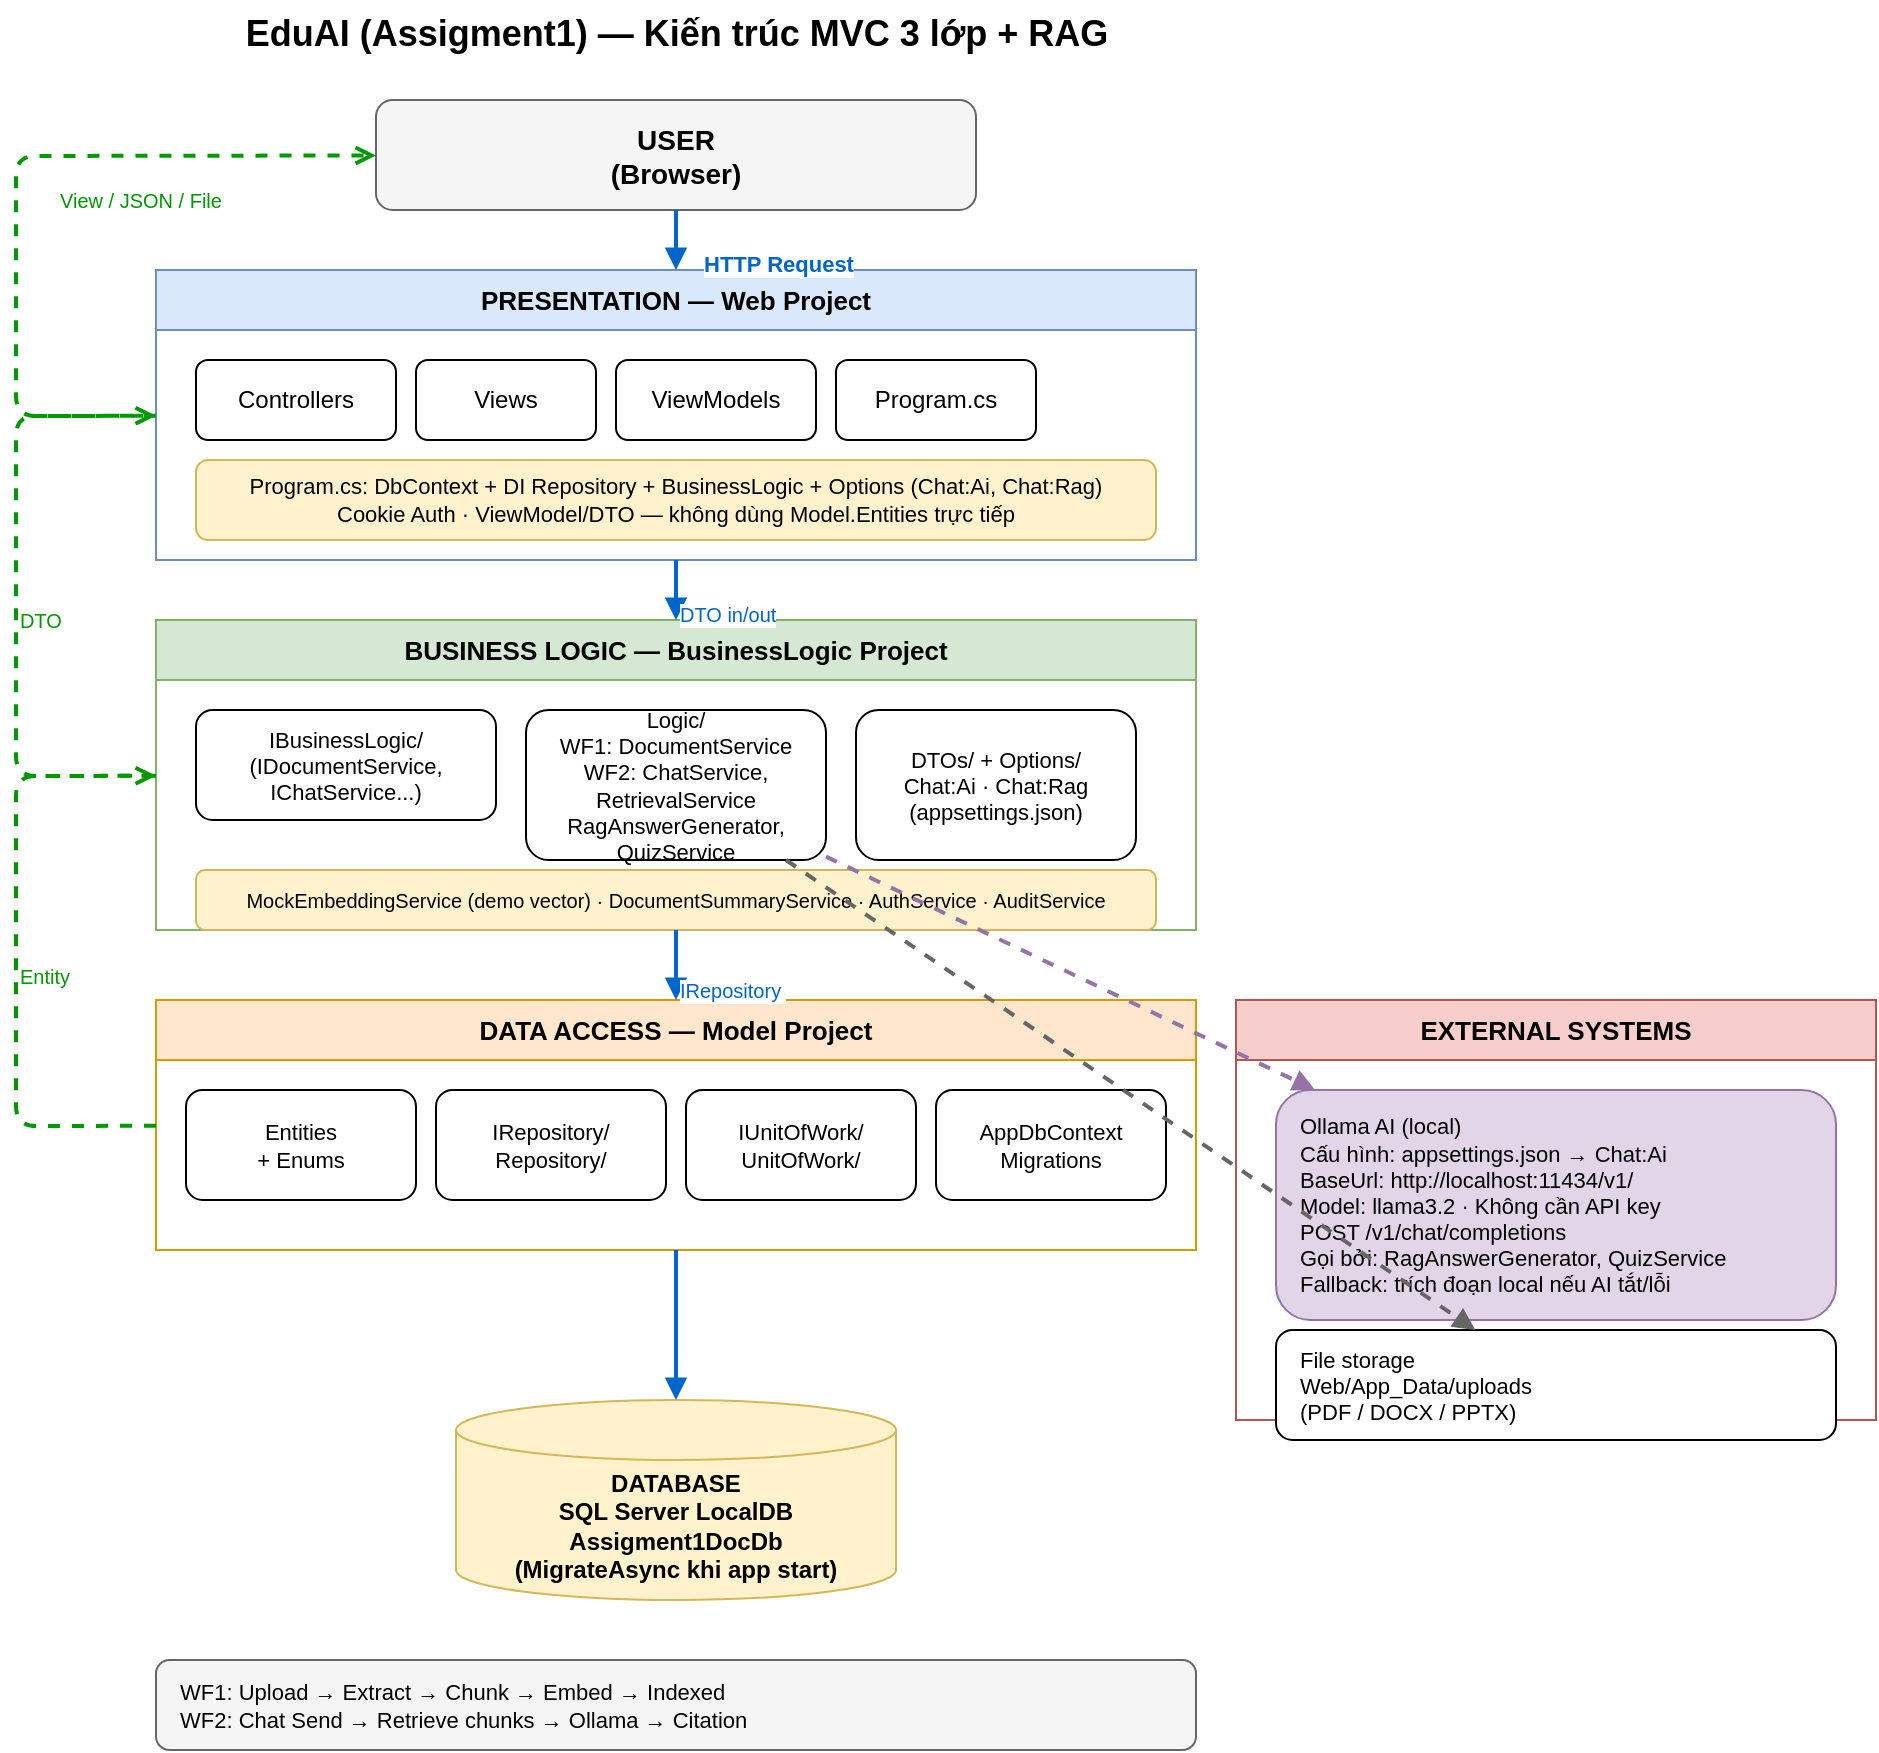
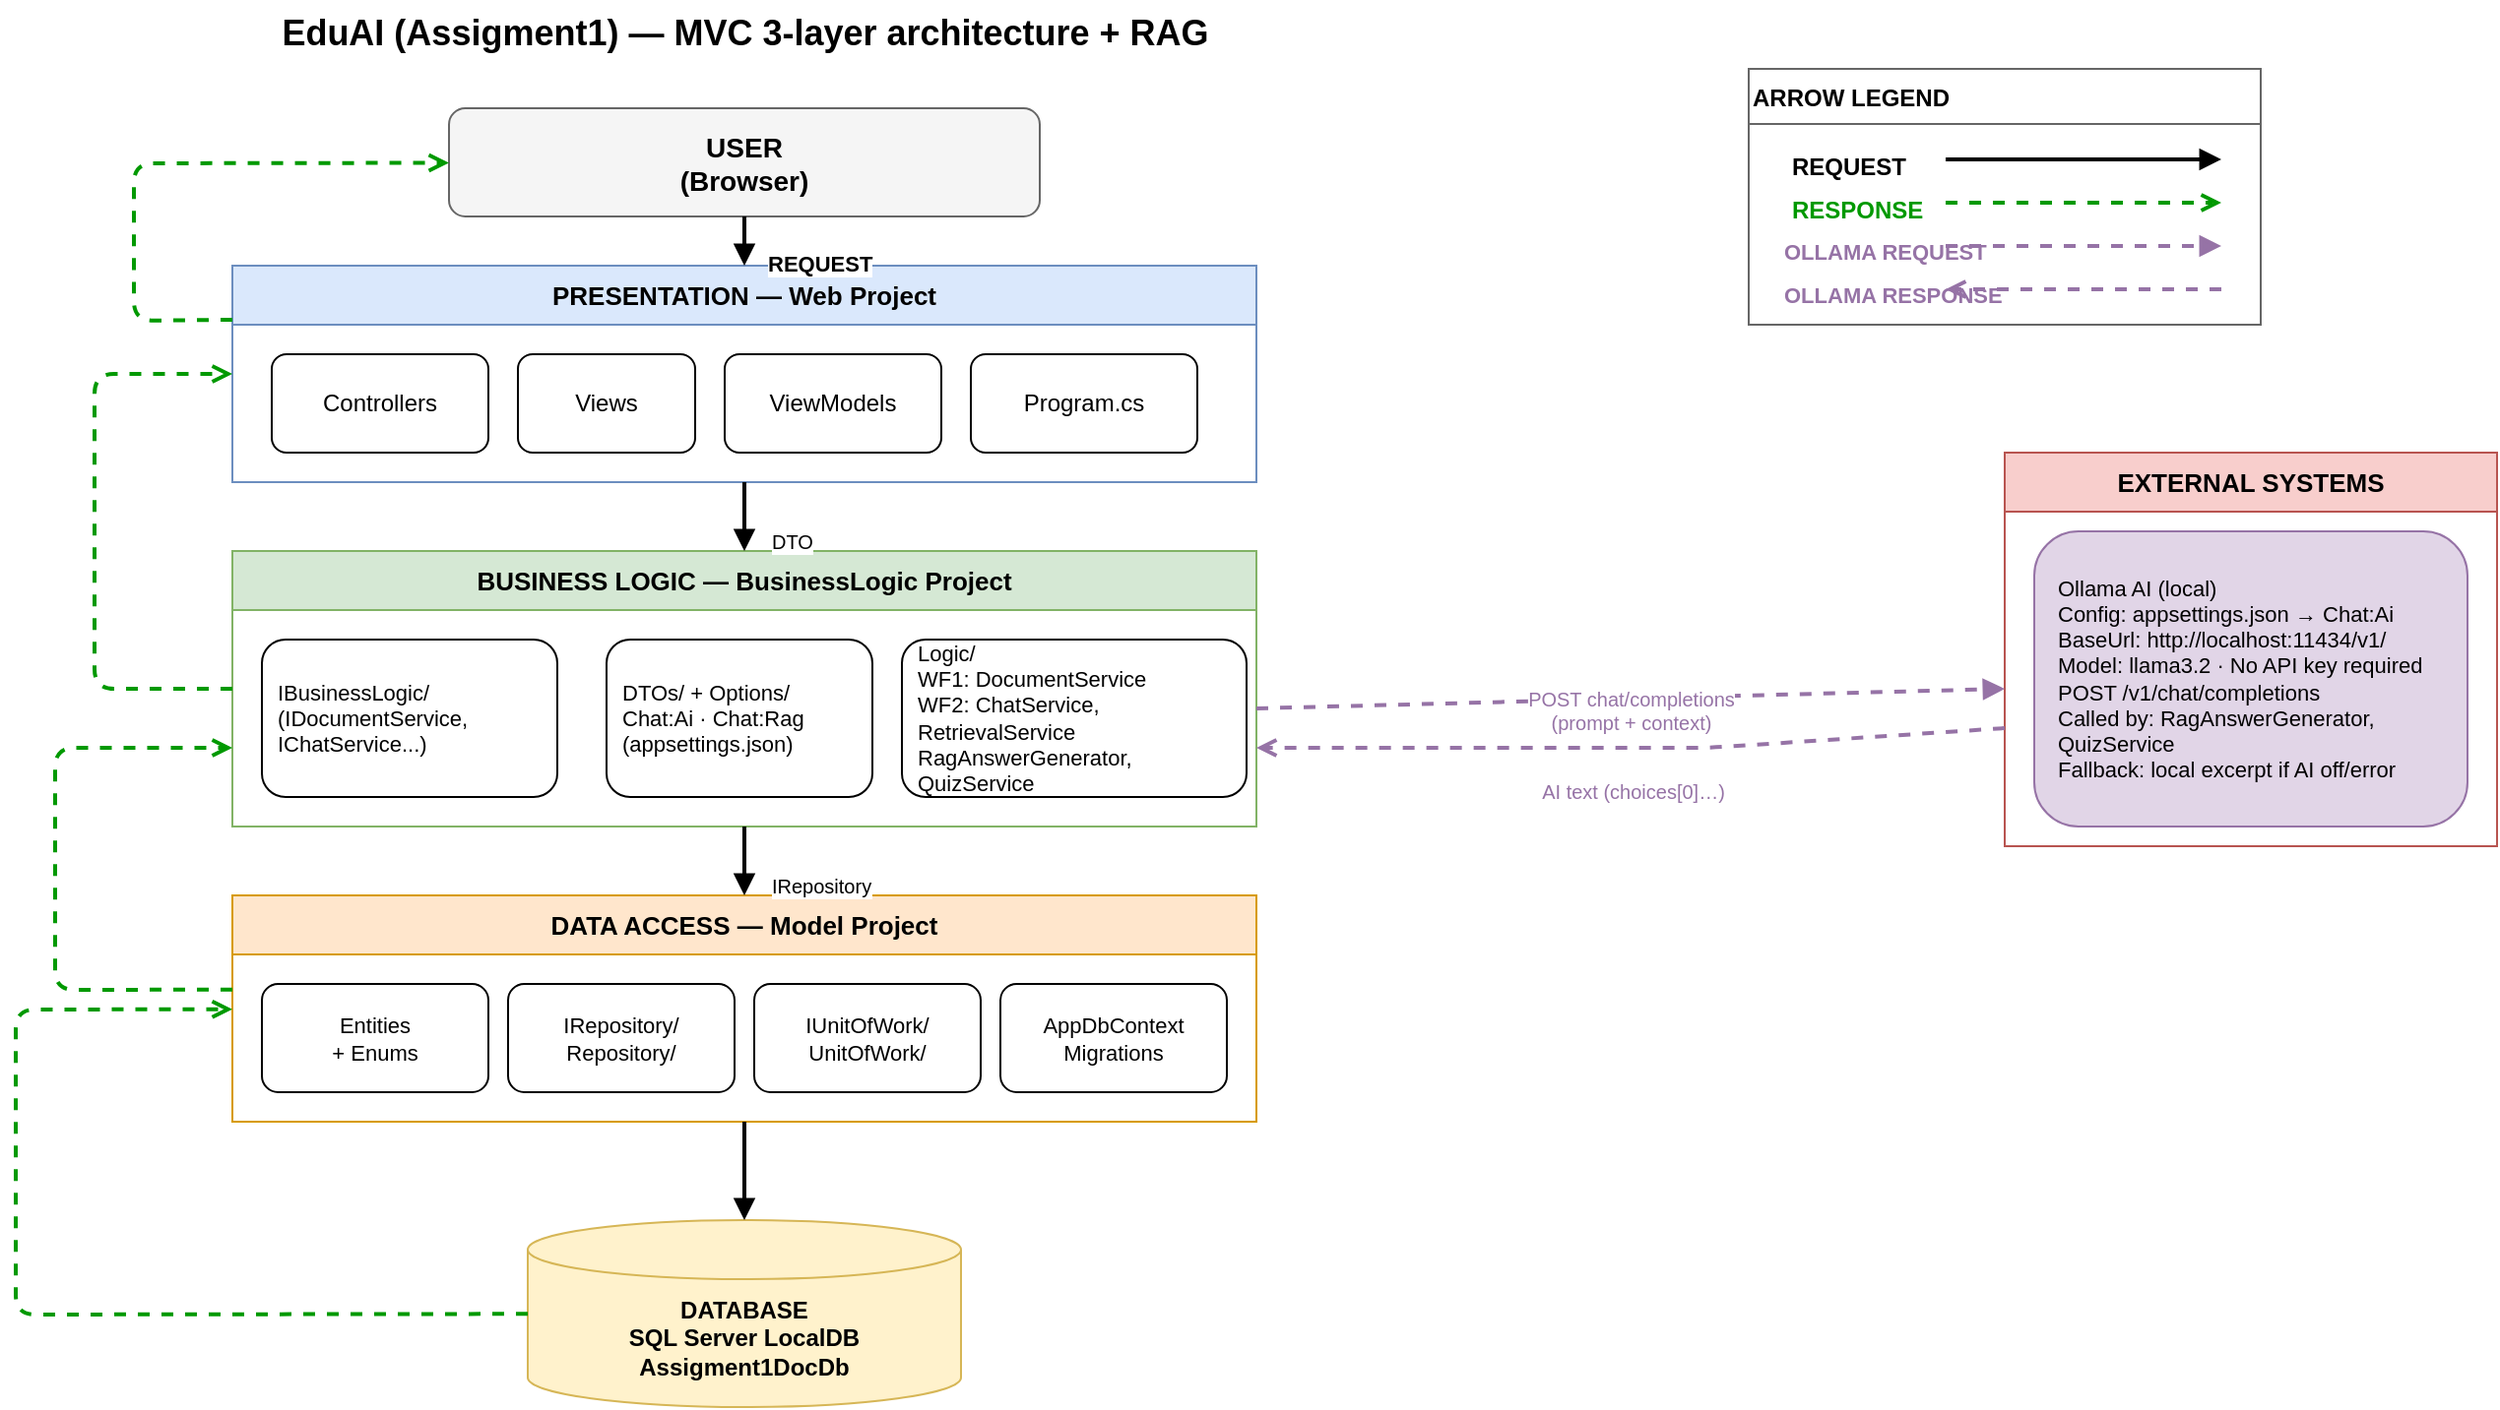
<mxfile host="Electron" agent="Cursor">
-   <diagram id="simple-arch" name="Cau-truc-N-tier">
-     <mxGraphModel dx="1084" dy="760" grid="1" gridSize="10" guides="1" tooltips="1" connect="1" arrows="1" fold="1" page="1" pageScale="1" pageWidth="920" pageHeight="960" math="0" shadow="0">
+   <diagram id="simple-arch" name="MVC-3-layer-RAG">
+     <mxGraphModel dx="1030" dy="722" grid="1" gridSize="10" guides="1" tooltips="1" connect="1" arrows="1" fold="1" page="1" pageScale="1" pageWidth="1100" pageHeight="920" math="0" shadow="0">
      <root>
        <mxCell id="0" />
        <mxCell id="1" parent="0" />
-         <mxCell id="title" parent="1" style="text;html=1;fontSize=18;fontStyle=1;align=center;" value="EduAI (Assigment1) — Kiến trúc MVC 3 lớp + RAG" vertex="1">
-           <mxGeometry height="35" width="560" x="180" y="20" as="geometry" />
+         <mxCell id="title" parent="1" style="text;html=1;fontSize=18;fontStyle=1;align=center;" value="EduAI (Assigment1) — MVC 3-layer architecture + RAG" vertex="1">
+           <mxGeometry height="35" width="700" x="200" y="20" as="geometry" />
+         </mxCell>
+         <mxCell id="arrow-legend" parent="1" style="swimlane;fillColor=#ffffff;strokeColor=#666666;fontStyle=1;startSize=28;align=left;" value="ARROW LEGEND" vertex="1">
+           <mxGeometry height="130" width="260" x="1060" y="55" as="geometry" />
+         </mxCell>
+         <mxCell id="leg-l1" parent="arrow-legend" style="text;html=1;align=left;spacingLeft=12;fontSize=12;fontStyle=1;" value="REQUEST" vertex="1">
+           <mxGeometry height="20" width="85" x="8" y="36" as="geometry" />
+         </mxCell>
+         <mxCell id="leg-a1" edge="1" parent="arrow-legend" style="endArrow=block;endFill=1;strokeWidth=2;strokeColor=#000000;">
+           <mxGeometry relative="1" as="geometry">
+             <mxPoint x="100" y="46" as="sourcePoint" />
+             <mxPoint x="240" y="46" as="targetPoint" />
+           </mxGeometry>
+         </mxCell>
+         <mxCell id="leg-l2" parent="arrow-legend" style="text;html=1;align=left;spacingLeft=12;fontSize=12;fontStyle=1;fontColor=#009900;" value="RESPONSE" vertex="1">
+           <mxGeometry height="20" width="85" x="8" y="58" as="geometry" />
+         </mxCell>
+         <mxCell id="leg-a2" edge="1" parent="arrow-legend" style="endArrow=open;dashed=1;strokeWidth=2;strokeColor=#009900;">
+           <mxGeometry relative="1" as="geometry">
+             <mxPoint x="100" y="68" as="sourcePoint" />
+             <mxPoint x="240" y="68" as="targetPoint" />
+           </mxGeometry>
+         </mxCell>
+         <mxCell id="leg-l3" parent="arrow-legend" style="text;html=1;align=left;spacingLeft=8;fontSize=11;fontStyle=1;fontColor=#9673a6;" value="OLLAMA REQUEST" vertex="1">
+           <mxGeometry height="20" width="95" x="8" y="80" as="geometry" />
+         </mxCell>
+         <mxCell id="leg-a3" edge="1" parent="arrow-legend" style="endArrow=block;endFill=1;dashed=1;strokeWidth=2;strokeColor=#9673a6;">
+           <mxGeometry relative="1" as="geometry">
+             <mxPoint x="100" y="90" as="sourcePoint" />
+             <mxPoint x="240" y="90" as="targetPoint" />
+           </mxGeometry>
+         </mxCell>
+         <mxCell id="leg-l4" parent="arrow-legend" style="text;html=1;align=left;spacingLeft=8;fontSize=11;fontStyle=1;fontColor=#9673a6;" value="OLLAMA RESPONSE" vertex="1">
+           <mxGeometry height="20" width="95" x="8" y="102" as="geometry" />
+         </mxCell>
+         <mxCell id="leg-a4" edge="1" parent="arrow-legend" style="endArrow=open;dashed=1;strokeWidth=2;strokeColor=#9673a6;">
+           <mxGeometry relative="1" as="geometry">
+             <mxPoint x="240" y="112" as="sourcePoint" />
+             <mxPoint x="100" y="112" as="targetPoint" />
+           </mxGeometry>
        </mxCell>
        <mxCell id="user" parent="1" style="rounded=1;whiteSpace=wrap;html=1;fillColor=#f5f5f5;strokeColor=#666666;fontStyle=1;fontSize=14;" value="USER&#xa;(Browser)" vertex="1">
-           <mxGeometry height="55" width="300" x="310" y="70" as="geometry" />
+           <mxGeometry height="55" width="300" x="400" y="75" as="geometry" />
        </mxCell>
        <mxCell id="pres" parent="1" style="swimlane;whiteSpace=wrap;html=1;fillColor=#dae8fc;strokeColor=#6c8ebf;fontStyle=1;fontSize=13;startSize=30;" value="PRESENTATION — Web Project" vertex="1">
-           <mxGeometry height="145" width="520" x="200" y="155" as="geometry" />
+           <mxGeometry height="110" width="520" x="290" y="155" as="geometry" />
        </mxCell>
        <mxCell id="pres1" parent="pres" style="rounded=1;whiteSpace=wrap;html=1;fillColor=#ffffff;fontSize=12;" value="Controllers" vertex="1">
-           <mxGeometry height="40" width="100" x="20" y="45" as="geometry" />
+           <mxGeometry height="50" width="110" x="20" y="45" as="geometry" />
        </mxCell>
        <mxCell id="pres2" parent="pres" style="rounded=1;whiteSpace=wrap;html=1;fillColor=#ffffff;fontSize=12;" value="Views" vertex="1">
-           <mxGeometry height="40" width="90" x="130" y="45" as="geometry" />
+           <mxGeometry height="50" width="90" x="145" y="45" as="geometry" />
        </mxCell>
        <mxCell id="pres3" parent="pres" style="rounded=1;whiteSpace=wrap;html=1;fillColor=#ffffff;fontSize=12;" value="ViewModels" vertex="1">
-           <mxGeometry height="40" width="100" x="230" y="45" as="geometry" />
+           <mxGeometry height="50" width="110" x="250" y="45" as="geometry" />
        </mxCell>
        <mxCell id="pres4" parent="pres" style="rounded=1;whiteSpace=wrap;html=1;fillColor=#ffffff;fontSize=12;" value="Program.cs" vertex="1">
-           <mxGeometry height="40" width="100" x="340" y="45" as="geometry" />
-         </mxCell>
-         <mxCell id="pres5" parent="pres" style="rounded=1;whiteSpace=wrap;html=1;fillColor=#fff2cc;strokeColor=#d6b656;fontSize=11;" value="Program.cs: DbContext + DI Repository + BusinessLogic + Options (Chat:Ai, Chat:Rag)&#xa;Cookie Auth · ViewModel/DTO — không dùng Model.Entities trực tiếp" vertex="1">
-           <mxGeometry height="40" width="480" x="20" y="95" as="geometry" />
+           <mxGeometry height="50" width="115" x="375" y="45" as="geometry" />
        </mxCell>
        <mxCell id="bl" parent="1" style="swimlane;whiteSpace=wrap;html=1;fillColor=#d5e8d4;strokeColor=#82b366;fontStyle=1;fontSize=13;startSize=30;" value="BUSINESS LOGIC — BusinessLogic Project" vertex="1">
-           <mxGeometry height="155" width="520" x="200" y="330" as="geometry" />
+           <mxGeometry height="140" width="520" x="290" y="300" as="geometry" />
        </mxCell>
-         <mxCell id="bl1" parent="bl" style="rounded=1;whiteSpace=wrap;html=1;fillColor=#ffffff;fontSize=11;" value="IBusinessLogic/&#xa;(IDocumentService, IChatService...)" vertex="1">
-           <mxGeometry height="55" width="150" x="20" y="45" as="geometry" />
+         <mxCell id="bl1" parent="bl" style="rounded=1;whiteSpace=wrap;html=1;fillColor=#ffffff;fontSize=11;align=left;spacingLeft=6;" value="IBusinessLogic/&#xa;(IDocumentService,&#xa;IChatService...)" vertex="1">
+           <mxGeometry height="80" width="150" x="15" y="45" as="geometry" />
        </mxCell>
-         <mxCell id="bl2" parent="bl" style="rounded=1;whiteSpace=wrap;html=1;fillColor=#ffffff;fontSize=11;" value="Logic/&#xa;WF1: DocumentService&#xa;WF2: ChatService, RetrievalService&#xa;RagAnswerGenerator, QuizService" vertex="1">
-           <mxGeometry height="75" width="150" x="185" y="45" as="geometry" />
+         <mxCell id="bl2" parent="bl" style="rounded=1;whiteSpace=wrap;html=1;fillColor=#ffffff;fontSize=11;align=left;spacingLeft=6;" value="Logic/&#xa;WF1: DocumentService&#xa;WF2: ChatService, RetrievalService&#xa;RagAnswerGenerator, QuizService" vertex="1">
+           <mxGeometry height="80" width="175" x="340" y="45" as="geometry" />
        </mxCell>
-         <mxCell id="bl3" parent="bl" style="rounded=1;whiteSpace=wrap;html=1;fillColor=#ffffff;fontSize=11;" value="DTOs/ + Options/&#xa;Chat:Ai · Chat:Rag&#xa;(appsettings.json)" vertex="1">
-           <mxGeometry height="75" width="140" x="350" y="45" as="geometry" />
-         </mxCell>
-         <mxCell id="bl4" parent="bl" style="rounded=1;whiteSpace=wrap;html=1;fillColor=#fff2cc;strokeColor=#d6b656;fontSize=10;" value="MockEmbeddingService (demo vector) · DocumentSummaryService · AuthService · AuditService" vertex="1">
-           <mxGeometry height="30" width="480" x="20" y="125" as="geometry" />
+         <mxCell id="bl3" parent="bl" style="rounded=1;whiteSpace=wrap;html=1;fillColor=#ffffff;fontSize=11;align=left;spacingLeft=6;" value="DTOs/ + Options/&#xa;Chat:Ai · Chat:Rag&#xa;(appsettings.json)" vertex="1">
+           <mxGeometry height="80" width="135" x="190" y="45" as="geometry" />
        </mxCell>
        <mxCell id="dal" parent="1" style="swimlane;whiteSpace=wrap;html=1;fillColor=#ffe6cc;strokeColor=#d79b00;fontStyle=1;fontSize=13;startSize=30;" value="DATA ACCESS — Model Project" vertex="1">
-           <mxGeometry height="125" width="520" x="200" y="520" as="geometry" />
+           <mxGeometry height="115" width="520" x="290" y="475" as="geometry" />
        </mxCell>
        <mxCell id="dal1" parent="dal" style="rounded=1;whiteSpace=wrap;html=1;fillColor=#ffffff;fontSize=11;" value="Entities&#xa;+ Enums" vertex="1">
          <mxGeometry height="55" width="115" x="15" y="45" as="geometry" />
        </mxCell>
        <mxCell id="dal2" parent="dal" style="rounded=1;whiteSpace=wrap;html=1;fillColor=#ffffff;fontSize=11;" value="IRepository/&#xa;Repository/" vertex="1">
          <mxGeometry height="55" width="115" x="140" y="45" as="geometry" />
        </mxCell>
        <mxCell id="dal3" parent="dal" style="rounded=1;whiteSpace=wrap;html=1;fillColor=#ffffff;fontSize=11;" value="IUnitOfWork/&#xa;UnitOfWork/" vertex="1">
          <mxGeometry height="55" width="115" x="265" y="45" as="geometry" />
        </mxCell>
        <mxCell id="dal4" parent="dal" style="rounded=1;whiteSpace=wrap;html=1;fillColor=#ffffff;fontSize=11;" value="AppDbContext&#xa;Migrations" vertex="1">
          <mxGeometry height="55" width="115" x="390" y="45" as="geometry" />
        </mxCell>
-         <mxCell id="db" parent="1" style="shape=cylinder3;whiteSpace=wrap;html=1;boundedLbl=1;fillColor=#fff2cc;strokeColor=#d6b656;fontStyle=1;fontSize=12;" value="DATABASE&#xa;SQL Server LocalDB&#xa;Assigment1DocDb&#xa;(MigrateAsync khi app start)" vertex="1">
-           <mxGeometry height="100" width="220" x="350" y="720" as="geometry" />
+         <mxCell id="db" parent="1" style="shape=cylinder3;whiteSpace=wrap;html=1;boundedLbl=1;fillColor=#fff2cc;strokeColor=#d6b656;fontStyle=1;fontSize=12;" value="DATABASE&#xa;SQL Server LocalDB&#xa;Assigment1DocDb" vertex="1">
+           <mxGeometry height="95" width="220" x="440" y="640" as="geometry" />
        </mxCell>
-         <mxCell id="req1" edge="1" parent="1" source="user" style="endArrow=block;endFill=1;strokeWidth=2;strokeColor=#0066CC;" target="pres">
+         <mxCell id="ext" parent="1" style="swimlane;whiteSpace=wrap;html=1;fillColor=#f8cecc;strokeColor=#b85450;fontStyle=1;fontSize=13;startSize=30;" value="EXTERNAL SYSTEMS" vertex="1">
+           <mxGeometry height="200" width="250" x="1190" y="250" as="geometry" />
+         </mxCell>
+         <mxCell id="ext-ollama" parent="ext" style="rounded=1;whiteSpace=wrap;html=1;fillColor=#e1d5e7;strokeColor=#9673a6;fontSize=11;align=left;spacingLeft=10;" value="Ollama AI (local)&#xa;Config: appsettings.json → Chat:Ai&#xa;BaseUrl: http://localhost:11434/v1/&#xa;Model: llama3.2 · No API key required&#xa;POST /v1/chat/completions&#xa;Called by: RagAnswerGenerator, QuizService&#xa;Fallback: local excerpt if AI off/error" vertex="1">
+           <mxGeometry height="150" width="220" x="15" y="40" as="geometry" />
+         </mxCell>
+         <mxCell id="req1" edge="1" parent="1" source="user" style="endArrow=block;endFill=1;strokeWidth=2;strokeColor=#000000;" target="pres">
          <mxGeometry relative="1" as="geometry" />
        </mxCell>
-         <mxCell id="req1l" connectable="0" parent="req1" style="edgeLabel;html=1;fontSize=11;fontColor=#0066CC;fontStyle=1;" value="HTTP Request" vertex="1">
-           <mxGeometry relative="1" x="-0.1" as="geometry">
+         <mxCell id="req1l" connectable="0" parent="req1" style="edgeLabel;html=1;fontSize=11;fontColor=#000000;fontStyle=1;" value="REQUEST" vertex="1">
+           <mxGeometry relative="1" x="-0.15" as="geometry">
+             <mxPoint x="10" as="offset" />
+           </mxGeometry>
+         </mxCell>
+         <mxCell id="req2" edge="1" parent="1" source="pres" style="endArrow=block;endFill=1;strokeWidth=2;strokeColor=#000000;" target="bl">
+           <mxGeometry relative="1" as="geometry" />
+         </mxCell>
+         <mxCell id="req2l" connectable="0" parent="req2" style="edgeLabel;html=1;fontSize=10;fontColor=#000000;" value="DTO" vertex="1">
+           <mxGeometry relative="1" as="geometry">
            <mxPoint x="12" as="offset" />
          </mxGeometry>
        </mxCell>
-         <mxCell id="req2" edge="1" parent="1" source="pres" style="endArrow=block;endFill=1;strokeWidth=2;strokeColor=#0066CC;" target="bl">
+         <mxCell id="req3" edge="1" parent="1" source="bl" style="endArrow=block;endFill=1;strokeWidth=2;strokeColor=#000000;" target="dal">
          <mxGeometry relative="1" as="geometry" />
        </mxCell>
-         <mxCell id="req2l" connectable="0" parent="req2" style="edgeLabel;html=1;fontSize=10;fontColor=#0066CC;" value="DTO in/out" vertex="1">
+         <mxCell id="req3l" connectable="0" parent="req3" style="edgeLabel;html=1;fontSize=10;fontColor=#000000;" value="IRepository" vertex="1">
          <mxGeometry relative="1" as="geometry">
-             <mxPoint as="offset" />
+             <mxPoint x="12" as="offset" />
          </mxGeometry>
        </mxCell>
-         <mxCell id="req3" edge="1" parent="1" source="bl" style="endArrow=block;endFill=1;strokeWidth=2;strokeColor=#0066CC;" target="dal">
+         <mxCell id="req4" edge="1" parent="1" source="dal" style="endArrow=block;endFill=1;strokeWidth=2;strokeColor=#000000;" target="db">
          <mxGeometry relative="1" as="geometry" />
        </mxCell>
-         <mxCell id="req3l" connectable="0" parent="req3" style="edgeLabel;html=1;fontSize=10;fontColor=#0066CC;" value="IRepository&amp;nbsp;" vertex="1">
-           <mxGeometry relative="1" as="geometry">
-             <mxPoint as="offset" />
-           </mxGeometry>
-         </mxCell>
-         <mxCell id="req4" edge="1" parent="1" source="dal" style="endArrow=block;endFill=1;strokeWidth=2;strokeColor=#0066CC;" target="db">
-           <mxGeometry relative="1" as="geometry" />
-         </mxCell>
-         <mxCell id="res3" edge="1" parent="1" source="dal" style="endArrow=open;endFill=0;dashed=1;strokeWidth=2;strokeColor=#009900;" target="bl">
+         <mxCell id="res-db" edge="1" parent="1" source="db" style="endArrow=open;endFill=0;dashed=1;strokeWidth=2;strokeColor=#009900;" target="dal">
          <mxGeometry relative="1" as="geometry">
            <Array as="points">
-               <mxPoint x="130" y="583" />
-               <mxPoint x="130" y="408" />
+               <mxPoint x="180" y="688" />
+               <mxPoint x="180" y="533" />
            </Array>
          </mxGeometry>
        </mxCell>
-         <mxCell id="res3l" connectable="0" parent="res3" style="edgeLabel;html=1;fontSize=10;fontColor=#009900;" value="Entity" vertex="1">
+         <mxCell id="res-dal" edge="1" parent="1" style="endArrow=open;endFill=0;dashed=1;strokeWidth=2;strokeColor=#009900;">
          <mxGeometry relative="1" as="geometry">
-             <mxPoint as="offset" />
+             <Array as="points">
+               <mxPoint x="200" y="523" />
+               <mxPoint x="200" y="400" />
+             </Array>
+             <mxPoint x="290" y="522.8714285714286" as="sourcePoint" />
+             <mxPoint x="290" y="400" as="targetPoint" />
          </mxGeometry>
        </mxCell>
-         <mxCell id="res2" edge="1" parent="1" source="bl" style="endArrow=open;endFill=0;dashed=1;strokeWidth=2;strokeColor=#009900;" target="pres">
+         <mxCell id="res-bl" edge="1" parent="1" source="bl" style="endArrow=open;endFill=0;dashed=1;strokeWidth=2;strokeColor=#009900;" target="pres">
          <mxGeometry relative="1" as="geometry">
            <Array as="points">
-               <mxPoint x="130" y="408" />
-               <mxPoint x="130" y="228" />
+               <mxPoint x="220" y="370" />
+               <mxPoint x="220" y="210" />
            </Array>
          </mxGeometry>
        </mxCell>
-         <mxCell id="res2l" connectable="0" parent="res2" style="edgeLabel;html=1;fontSize=10;fontColor=#009900;" value="DTO" vertex="1">
-           <mxGeometry relative="1" as="geometry">
-             <mxPoint as="offset" />
-           </mxGeometry>
-         </mxCell>
-         <mxCell id="res1" edge="1" parent="1" source="pres" style="endArrow=open;endFill=0;dashed=1;strokeWidth=2;strokeColor=#009900;" target="user">
+         <mxCell id="res-pres" edge="1" parent="1" source="pres" style="endArrow=open;endFill=0;dashed=1;strokeWidth=2;strokeColor=#009900;exitX=0;exitY=0.25;exitDx=0;exitDy=0;" target="user">
          <mxGeometry relative="1" as="geometry">
            <Array as="points">
-               <mxPoint x="130" y="228" />
-               <mxPoint x="130" y="98" />
+               <mxPoint x="240" y="183" />
+               <mxPoint x="240" y="160" />
+               <mxPoint x="240" y="103" />
            </Array>
          </mxGeometry>
        </mxCell>
-         <mxCell id="res1l" connectable="0" parent="res1" style="edgeLabel;html=1;fontSize=10;fontColor=#009900;" value="View / JSON / File" vertex="1">
+         <mxCell id="bl-ollama-req" edge="1" parent="1" style="endArrow=block;endFill=1;dashed=1;strokeWidth=2;strokeColor=#9673a6;">
          <mxGeometry relative="1" as="geometry">
-             <mxPoint x="20" as="offset" />
+             <mxPoint x="810" y="380" as="sourcePoint" />
+             <mxPoint x="1190" y="370" as="targetPoint" />
          </mxGeometry>
        </mxCell>
-         <mxCell id="ext" parent="1" style="swimlane;whiteSpace=wrap;html=1;fillColor=#f8cecc;strokeColor=#b85450;fontStyle=1;fontSize=13;startSize=30;" value="EXTERNAL SYSTEMS" vertex="1">
-           <mxGeometry height="210" width="320" x="740" y="520" as="geometry" />
-         </mxCell>
-         <mxCell id="ext-ollama" parent="ext" style="rounded=1;whiteSpace=wrap;html=1;fillColor=#e1d5e7;strokeColor=#9673a6;fontSize=11;align=left;spacingLeft=10;" value="Ollama AI (local)&#xa;Cấu hình: appsettings.json → Chat:Ai&#xa;BaseUrl: http://localhost:11434/v1/&#xa;Model: llama3.2 · Không cần API key&#xa;POST /v1/chat/completions&#xa;Gọi bởi: RagAnswerGenerator, QuizService&#xa;Fallback: trích đoạn local nếu AI tắt/lỗi" vertex="1">
-           <mxGeometry height="115" width="280" x="20" y="45" as="geometry" />
-         </mxCell>
-         <mxCell id="ext-storage" parent="ext" style="rounded=1;whiteSpace=wrap;html=1;fillColor=#ffffff;fontSize=11;align=left;spacingLeft=10;" value="File storage&#xa;Web/App_Data/uploads&#xa;(PDF / DOCX / PPTX)" vertex="1">
-           <mxGeometry height="55" width="280" x="20" y="165" as="geometry" />
-         </mxCell>
-         <mxCell id="wf-note" parent="1" style="rounded=1;whiteSpace=wrap;html=1;fillColor=#f5f5f5;strokeColor=#666666;fontSize=11;align=left;spacingLeft=10;" value="WF1: Upload → Extract → Chunk → Embed → Indexed&#xa;WF2: Chat Send → Retrieve chunks → Ollama → Citation" vertex="1">
-           <mxGeometry height="45" width="520" x="200" y="850" as="geometry" />
-         </mxCell>
-         <mxCell id="bl-ollama" edge="1" parent="1" source="bl2" target="ext-ollama" style="endArrow=block;endFill=1;dashed=1;strokeWidth=2;strokeColor=#9673a6;">
-           <mxGeometry relative="1" as="geometry" />
-         </mxCell>
-         <mxCell id="bl-ollama-l" connectable="0" parent="bl-ollama" style="edgeLabel;html=1;fontSize=10;strokeColor=#9673a6;" value="AiModelOptions + HTTP">
+         <mxCell id="bl-ollama-req-l" connectable="0" parent="bl-ollama-req" style="edgeLabel;html=1;fontSize=10;fontColor=#9673a6;align=center;" value="POST chat/completions&#xa;(prompt + context)" vertex="1">
          <mxGeometry relative="1" as="geometry">
-             <mxPoint as="offset" />
+             <mxPoint y="-12" as="offset" />
          </mxGeometry>
        </mxCell>
-         <mxCell id="bl-storage" edge="1" parent="1" source="bl2" target="ext-storage" style="endArrow=block;endFill=1;dashed=1;strokeWidth=2;strokeColor=#666666;">
-           <mxGeometry relative="1" as="geometry" />
+         <mxCell id="bl-ollama-res" edge="1" parent="1" style="endArrow=open;endFill=0;dashed=1;strokeWidth=2;strokeColor=#9673a6;">
+           <mxGeometry relative="1" as="geometry">
+             <Array as="points">
+               <mxPoint x="1040" y="400" />
+             </Array>
+             <mxPoint x="1190" y="390" as="sourcePoint" />
+             <mxPoint x="810" y="400" as="targetPoint" />
+           </mxGeometry>
        </mxCell>
-         <mxCell id="bl-storage-l" connectable="0" parent="bl-storage" style="edgeLabel;html=1;fontSize=10;strokeColor=#666666;" value="DocumentService">
+         <mxCell id="bl-ollama-res-l" connectable="0" parent="bl-ollama-res" style="edgeLabel;html=1;fontSize=10;fontColor=#9673a6;align=center;" value="AI text (choices[0]…)" vertex="1">
          <mxGeometry relative="1" as="geometry">
-             <mxPoint as="offset" />
+             <mxPoint y="10" as="offset" />
          </mxGeometry>
        </mxCell>
      </root>
    </mxGraphModel>
  </diagram>
</mxfile>
